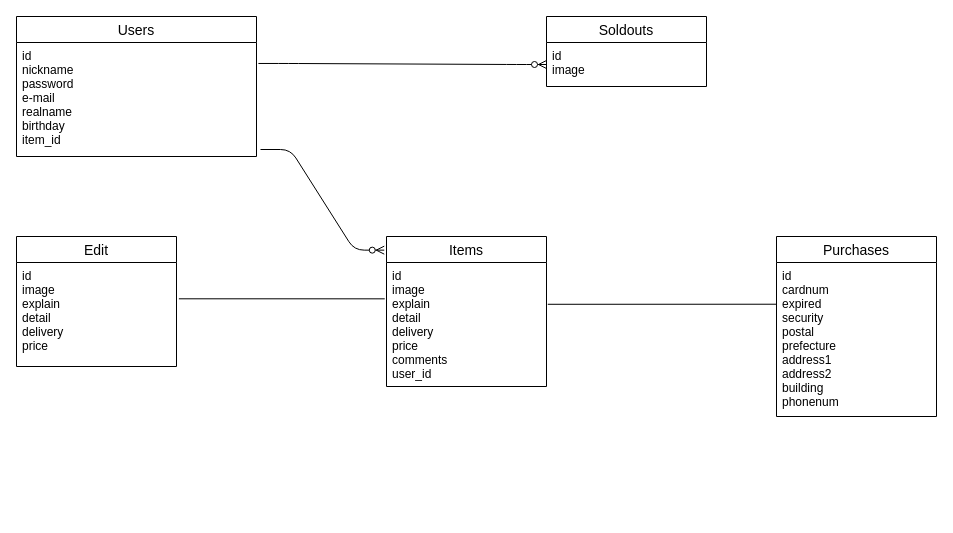
Before: .drawio in HilotoTaketake/furima_27497, a draw.io diagram. Source tidied: cells renumbered, new cells numbered last; positions are measured from the earlier drawing's top-left corner, leaving out a move shared by most shapes. Both pictures are drawn from the tidied source at 100%, with x=0, y=0 at pixel (16, 16).
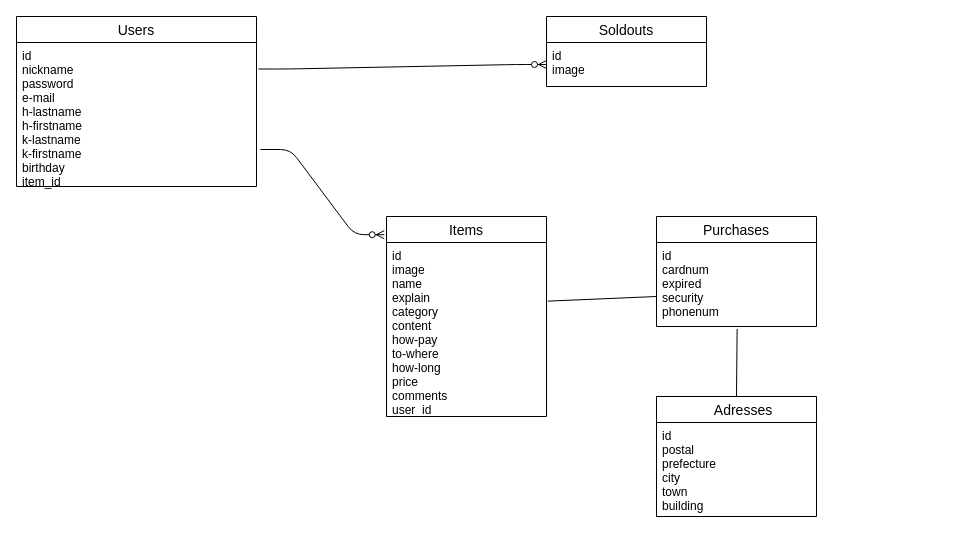
The same page after the edit.

What changed in the source:
```diff
@@
 <mxGraphModel>
   <root>
     <mxCell id="0" />
     <mxCell id="1" parent="0" />
     <mxCell id="2" value="Users" style="swimlane;fontStyle=0;horizontal=1;startSize=26;align=center;fontSize=14;" parent="1" vertex="1">
-      <mxGeometry width="240" height="140" as="geometry" />
+      <mxGeometry width="240" height="170" as="geometry" />
     </mxCell>
-    <mxCell id="3" value="id&#10;nickname&#10;password&#10;e-mail&#10;realname&#10;birthday&#10;item_id" style="text;strokeColor=none;fillColor=none;spacingLeft=4;spacingRight=4;overflow=hidden;points=[[0,0.5],[1,0.5]];portConstraint=eastwest;fontSize=12;" parent="2" vertex="1">
-      <mxGeometry y="26" width="240" height="114" as="geometry" />
+    <mxCell id="3" value="id&#10;nickname&#10;password&#10;e-mail&#10;h-lastname&#10;h-firstname&#10;k-lastname&#10;k-firstname&#10;birthday&#10;item_id" style="text;strokeColor=none;fillColor=none;spacingLeft=4;spacingRight=4;overflow=hidden;points=[[0,0.5],[1,0.5]];portConstraint=eastwest;fontSize=12;" parent="2" vertex="1">
+      <mxGeometry y="26" width="240" height="144" as="geometry" />
     </mxCell>
     <mxCell id="4" value="Soldouts" style="swimlane;fontStyle=0;horizontal=1;startSize=26;align=center;fontSize=14;" parent="1" vertex="1">
       <mxGeometry x="530" width="160" height="70" as="geometry" />
     </mxCell>
     <mxCell id="5" value="id&#10;image&#10;" style="text;strokeColor=none;fillColor=none;spacingLeft=4;spacingRight=4;overflow=hidden;points=[[0,0.5],[1,0.5]];portConstraint=eastwest;fontSize=12;" parent="4" vertex="1">
       <mxGeometry y="26" width="160" height="44" as="geometry" />
     </mxCell>
     <mxCell id="6" style="edgeStyle=entityRelationEdgeStyle;fontSize=12;html=1;endArrow=ERzeroToMany;endFill=1;entryX=-0.014;entryY=0.091;entryDx=0;entryDy=0;entryPerimeter=0;" parent="1" edge="1" target="10">
       <mxGeometry relative="1" as="geometry">
         <mxPoint x="244" y="133" as="sourcePoint" />
       </mxGeometry>
     </mxCell>
     <mxCell id="7" style="edgeStyle=entityRelationEdgeStyle;fontSize=12;html=1;endArrow=ERzeroToMany;endFill=1;exitX=1.008;exitY=0.184;exitDx=0;exitDy=0;exitPerimeter=0;entryX=0;entryY=0.5;entryDx=0;entryDy=0;" parent="1" edge="1" source="3" target="5">
       <mxGeometry relative="1" as="geometry" />
     </mxCell>
-    <mxCell id="8" style="endArrow=none;html=1;rounded=0;exitX=1.008;exitY=0.337;exitDx=0;exitDy=0;exitPerimeter=0;entryX=0;entryY=0.271;entryDx=0;entryDy=0;entryPerimeter=0;" parent="1" edge="1" source="11" target="13">
-      <mxGeometry relative="1" as="geometry" />
+    <mxCell id="8" style="endArrow=none;html=1;rounded=0;exitX=1.008;exitY=0.337;exitDx=0;exitDy=0;exitPerimeter=0;" parent="1" edge="1" source="11">
+      <mxGeometry relative="1" as="geometry">
+        <mxPoint x="640" y="280" as="targetPoint" />
+      </mxGeometry>
     </mxCell>
-    <mxCell id="9" style="endArrow=none;html=1;rounded=0;exitX=1.015;exitY=0.349;exitDx=0;exitDy=0;exitPerimeter=0;entryX=-0.011;entryY=0.293;entryDx=0;entryDy=0;entryPerimeter=0;" parent="1" edge="1" source="15" target="11">
-      <mxGeometry relative="1" as="geometry" />
-    </mxCell>
+    <mxCell id="16" style="endArrow=none;html=1;rounded=0;entryX=0.504;entryY=1.03;entryDx=0;entryDy=0;entryPerimeter=0;exitX=0.5;exitY=0;exitDx=0;exitDy=0;" parent="1" edge="1" source="17" target="13">
+      <mxGeometry relative="1" as="geometry" />
+    </mxCell>
     <mxCell id="10" value="Items" style="swimlane;fontStyle=0;horizontal=1;startSize=26;align=center;fontSize=14;" parent="1" vertex="1">
-      <mxGeometry x="370" y="220" width="160" height="150" as="geometry" />
+      <mxGeometry x="370" y="200" width="160" height="200" as="geometry" />
     </mxCell>
-    <mxCell id="11" value="id&#10;image&#10;explain&#10;detail&#10;delivery&#10;price&#10;comments&#10;user_id" style="text;strokeColor=none;fillColor=none;spacingLeft=4;spacingRight=4;overflow=hidden;points=[[0,0.5],[1,0.5]];portConstraint=eastwest;fontSize=12;" parent="10" vertex="1">
-      <mxGeometry y="26" width="160" height="124" as="geometry" />
+    <mxCell id="11" value="id&#10;image&#10;name&#10;explain&#10;category&#10;content&#10;how-pay&#10;to-where&#10;how-long&#10;price&#10;comments&#10;user_id" style="text;strokeColor=none;fillColor=none;spacingLeft=4;spacingRight=4;overflow=hidden;points=[[0,0.5],[1,0.5]];portConstraint=eastwest;fontSize=12;" parent="10" vertex="1">
+      <mxGeometry y="26" width="160" height="174" as="geometry" />
     </mxCell>
     <mxCell id="12" value="Purchases" style="swimlane;fontStyle=0;horizontal=1;startSize=26;align=center;fontSize=14;" parent="1" vertex="1">
-      <mxGeometry x="760" y="220" width="160" height="180" as="geometry" />
+      <mxGeometry x="640" y="200" width="160" height="110" as="geometry" />
     </mxCell>
-    <mxCell id="13" value="id&#10;cardnum&#10;expired&#10;security&#10;postal&#10;prefecture&#10;address1&#10;address2&#10;building&#10;phonenum" style="text;strokeColor=none;fillColor=none;spacingLeft=4;spacingRight=4;overflow=hidden;points=[[0,0.5],[1,0.5]];portConstraint=eastwest;fontSize=12;" parent="12" vertex="1">
-      <mxGeometry y="26" width="160" height="154" as="geometry" />
+    <mxCell id="13" value="id&#10;cardnum&#10;expired&#10;security&#10;phonenum" style="text;strokeColor=none;fillColor=none;spacingLeft=4;spacingRight=4;overflow=hidden;points=[[0,0.5],[1,0.5]];portConstraint=eastwest;fontSize=12;" parent="12" vertex="1">
+      <mxGeometry y="26" width="160" height="84" as="geometry" />
     </mxCell>
-    <mxCell id="14" value="Edit" style="swimlane;fontStyle=0;horizontal=1;startSize=26;align=center;fontSize=14;" parent="1" vertex="1">
-      <mxGeometry y="220" width="160" height="130" as="geometry" />
-    </mxCell>
-    <mxCell id="15" value="id&#10;image&#10;explain&#10;detail&#10;delivery&#10;price&#10;" style="text;strokeColor=none;fillColor=none;spacingLeft=4;spacingRight=4;overflow=hidden;points=[[0,0.5],[1,0.5]];portConstraint=eastwest;fontSize=12;" parent="14" vertex="1">
-      <mxGeometry y="26" width="160" height="104" as="geometry" />
-    </mxCell>
+    <mxCell id="17" value="　Adresses" style="swimlane;fontStyle=0;horizontal=1;startSize=26;align=center;fontSize=14;" parent="1" vertex="1">
+      <mxGeometry x="640" y="380" width="160" height="120" as="geometry" />
+    </mxCell>
+    <mxCell id="18" value="id&#10;postal&#10;prefecture&#10;city&#10;town&#10;building" style="text;strokeColor=none;fillColor=none;spacingLeft=4;spacingRight=4;overflow=hidden;fontSize=12;" parent="17" vertex="1">
+      <mxGeometry y="26" width="160" height="94" as="geometry" />
+    </mxCell>
   </root>
 </mxGraphModel>
```
